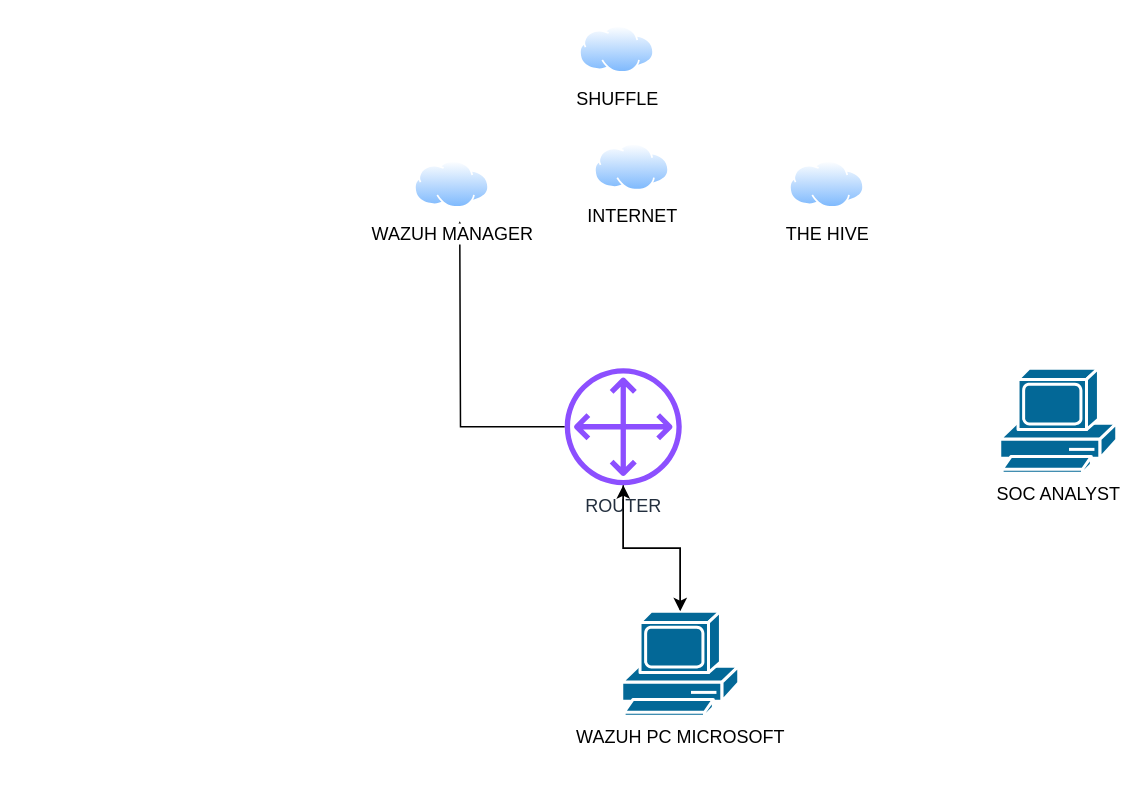
The draw.io diagram HOMELAB.drawio in Seniorcaptain/Detection-lab, before the edit. Source tidied: cells renumbered, new cells numbered last; positions are measured from the earlier drawing's top-left corner, leaving out a move shared by most shapes. Both pictures are drawn from the tidied source at 150%, with x=0, y=0 at pixel (414, 26).
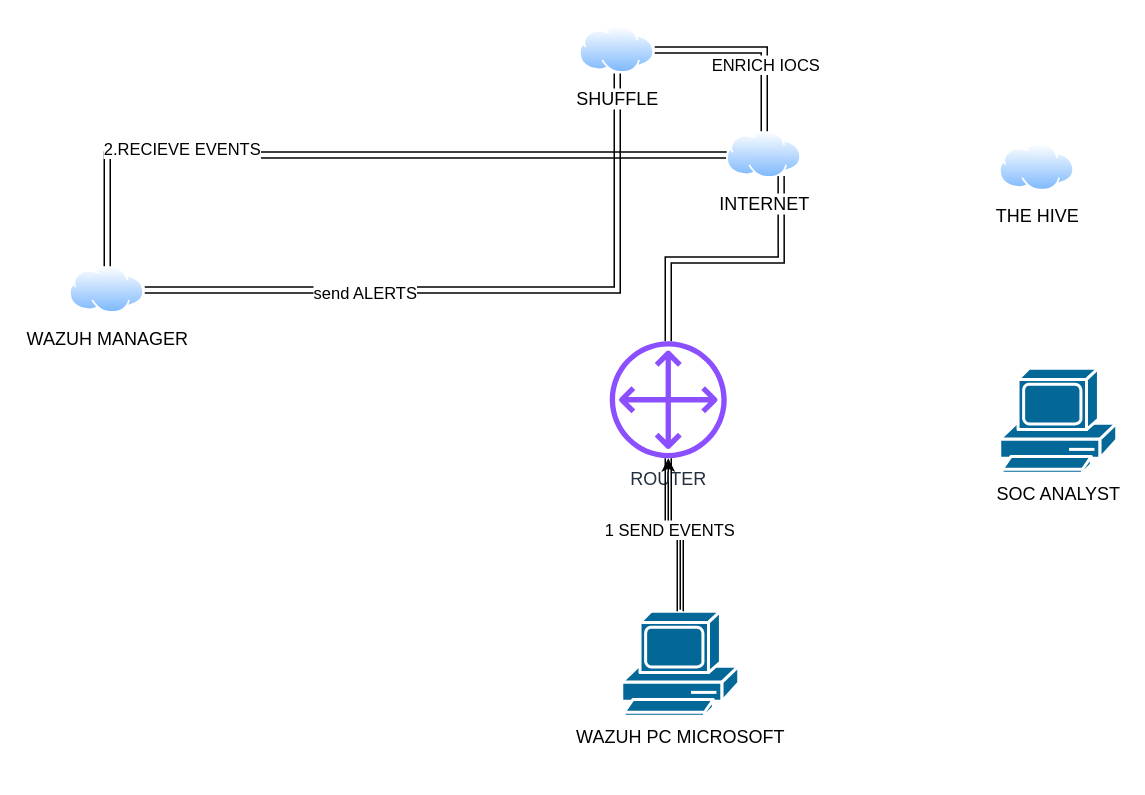
The same diagram, later.

The edit, as a diff of the source:
```diff
@@
 <mxGraphModel>
   <root>
     <mxCell id="0" />
     <mxCell id="1" parent="0" />
     <mxCell id="2" style="edgeStyle=orthogonalEdgeStyle;rounded=0;jettySize=auto;html=1;" parent="1" edge="1" source="3" target="5">
       <mxGeometry relative="1" as="geometry" />
     </mxCell>
     <mxCell id="3" value="WAZUH PC MICROSOFT&lt;div&gt;&lt;br&gt;&lt;/div&gt;" style="shape=mxgraph.cisco.computers_and_peripherals.pc;html=1;dashed=0;fillColor=#036897;strokeColor=#ffffff;strokeWidth=2;verticalLabelPosition=bottom;verticalAlign=top;align=center;outlineConnect=0;" parent="1" vertex="1">
       <mxGeometry x="138" y="390" width="78" height="70" as="geometry" />
     </mxCell>
-    <mxCell id="4" style="edgeStyle=orthogonalEdgeStyle;rounded=0;jettySize=auto;html=1;" parent="1" edge="1" source="5">
-      <mxGeometry relative="1" as="geometry">
-        <mxPoint x="30" y="130" as="targetPoint" />
-      </mxGeometry>
-    </mxCell>
+    <mxCell id="12" style="edgeStyle=orthogonalEdgeStyle;rounded=0;jettySize=auto;html=1;entryX=0.75;entryY=1;entryDx=0;entryDy=0;shape=link;" parent="1" edge="1" source="5" target="7">
+      <mxGeometry relative="1" as="geometry" />
+    </mxCell>
     <mxCell id="5" value="ROUTER" style="sketch=0;outlineConnect=0;fontColor=#232F3E;gradientColor=none;fillColor=#8C4FFF;strokeColor=none;dashed=0;verticalLabelPosition=bottom;verticalAlign=top;align=center;html=1;fontSize=12;fontStyle=0;shape=mxgraph.aws4.customer_gateway;" parent="1" vertex="1">
-      <mxGeometry x="100" y="228" width="78" height="78" as="geometry" />
+      <mxGeometry x="130" y="210" width="78" height="78" as="geometry" />
     </mxCell>
+    <mxCell id="13" style="edgeStyle=orthogonalEdgeStyle;rounded=0;jettySize=auto;html=1;shape=link;" parent="1" edge="1" source="6" target="8">
+      <mxGeometry relative="1" as="geometry" />
+    </mxCell>
+    <mxCell id="14" value="send ALERTS" style="edgeLabel;html=1;align=center;verticalAlign=middle;" parent="13" vertex="1">
+      <mxGeometry x="-0.36" y="-2" relative="1" as="geometry" />
+    </mxCell>
     <mxCell id="6" value="WAZUH MANAGER" style="image;perimeter=ellipsePerimeter;html=1;align=center;shadow=0;dashed=0;spacingTop=3;image=img/lib/active_directory/internet_cloud.svg;" parent="1" vertex="1">
-      <mxGeometry y="90" width="50" height="31.5" as="geometry" />
+      <mxGeometry x="-230" y="160" width="50" height="31.5" as="geometry" />
     </mxCell>
+    <mxCell id="15" style="edgeStyle=orthogonalEdgeStyle;rounded=0;jettySize=auto;html=1;shape=link;" parent="1" edge="1" source="7" target="6">
+      <mxGeometry relative="1" as="geometry" />
+    </mxCell>
+    <mxCell id="16" value="2.RECIEVE EVENTS" style="edgeLabel;html=1;align=center;verticalAlign=middle;" parent="15" vertex="1">
+      <mxGeometry x="0.49" y="-4" relative="1" as="geometry">
+        <mxPoint x="-1" as="offset" />
+      </mxGeometry>
+    </mxCell>
     <mxCell id="7" value="INTERNET" style="image;perimeter=ellipsePerimeter;html=1;align=center;shadow=0;dashed=0;spacingTop=3;image=img/lib/active_directory/internet_cloud.svg;" parent="1" vertex="1">
-      <mxGeometry x="120" y="78.5" width="50" height="31.5" as="geometry" />
+      <mxGeometry x="208" y="70" width="50" height="31.5" as="geometry" />
     </mxCell>
+    <mxCell id="17" style="edgeStyle=orthogonalEdgeStyle;rounded=0;jettySize=auto;html=1;shape=link;" parent="1" edge="1" source="8" target="7">
+      <mxGeometry relative="1" as="geometry" />
+    </mxCell>
+    <mxCell id="18" value="ENRICH IOCS" style="edgeLabel;html=1;align=center;verticalAlign=middle;" parent="17" vertex="1">
+      <mxGeometry x="0.31" relative="1" as="geometry" />
+    </mxCell>
     <mxCell id="8" value="SHUFFLE" style="image;perimeter=ellipsePerimeter;html=1;align=center;shadow=0;dashed=0;spacingTop=3;image=img/lib/active_directory/internet_cloud.svg;" parent="1" vertex="1">
       <mxGeometry x="110" width="50" height="31.5" as="geometry" />
     </mxCell>
     <mxCell id="9" value="THE HIVE" style="image;perimeter=ellipsePerimeter;html=1;align=center;shadow=0;dashed=0;spacingTop=3;image=img/lib/active_directory/internet_cloud.svg;" parent="1" vertex="1">
-      <mxGeometry x="250" y="90" width="50" height="31.5" as="geometry" />
+      <mxGeometry x="390" y="78.5" width="50" height="31.5" as="geometry" />
     </mxCell>
     <mxCell id="10" value="&lt;div&gt;SOC ANALYST&lt;/div&gt;" style="shape=mxgraph.cisco.computers_and_peripherals.pc;html=1;dashed=0;fillColor=#036897;strokeColor=#ffffff;strokeWidth=2;verticalLabelPosition=bottom;verticalAlign=top;align=center;" parent="1" vertex="1">
       <mxGeometry x="390" y="228" width="78" height="70" as="geometry" />
     </mxCell>
-    <mxCell id="11" style="edgeStyle=orthogonalEdgeStyle;rounded=0;jettySize=auto;html=1;entryX=0.5;entryY=0;entryDx=0;entryDy=0;entryPerimeter=0;" parent="1" edge="1" source="5" target="3">
+    <mxCell id="11" style="edgeStyle=orthogonalEdgeStyle;rounded=0;jettySize=auto;html=1;entryX=0.5;entryY=0;entryDx=0;entryDy=0;entryPerimeter=0;shape=link;" parent="1" edge="1" source="5" target="3">
       <mxGeometry relative="1" as="geometry" />
     </mxCell>
+    <mxCell id="19" value="1 SEND EVENTS" style="edgeLabel;html=1;align=center;verticalAlign=middle;" parent="11" vertex="1">
+      <mxGeometry x="-0.15" relative="1" as="geometry" />
+    </mxCell>
   </root>
 </mxGraphModel>
```
